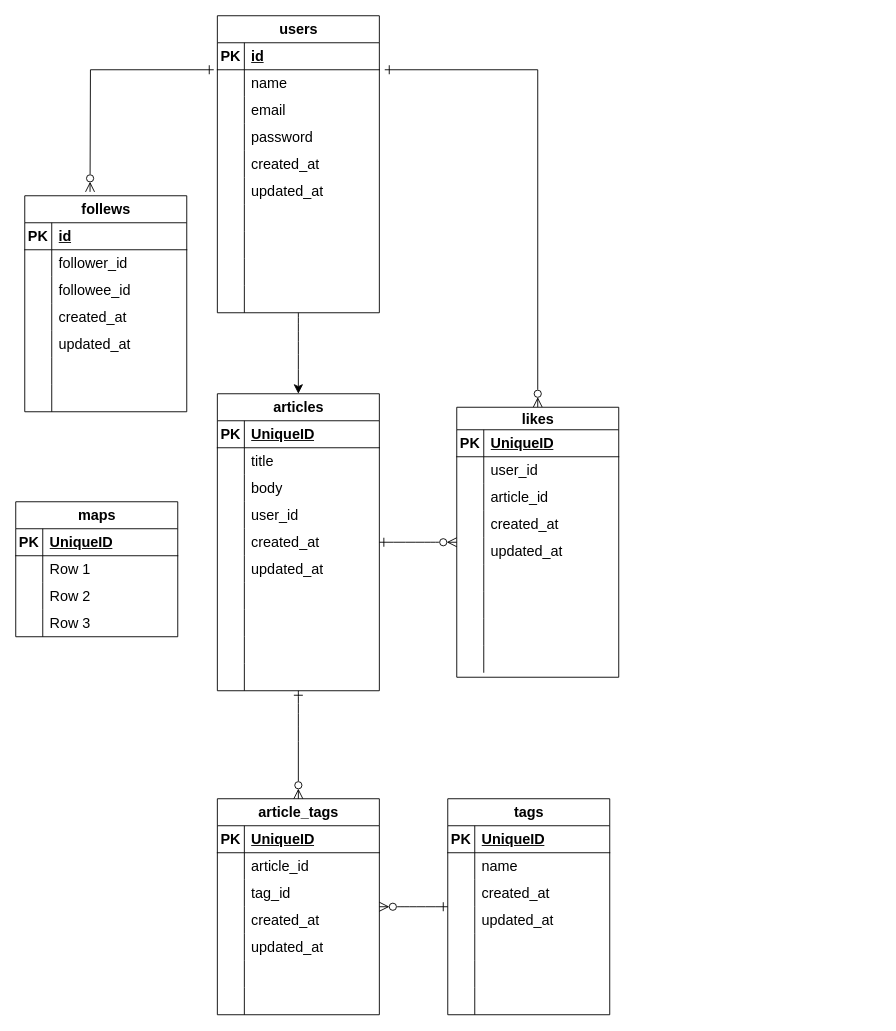
Before: 名称未設定ファイル.drawio in inuneko6417/ToMLIA_Test, a draw.io diagram. Source tidied: cells renumbered, new cells numbered last; positions are measured from the earlier drawing's top-left corner, leaving out a move shared by most shapes. Both pictures are drawn from the tidied source at 90%, with x=0, y=0 at pixel (15, 15).
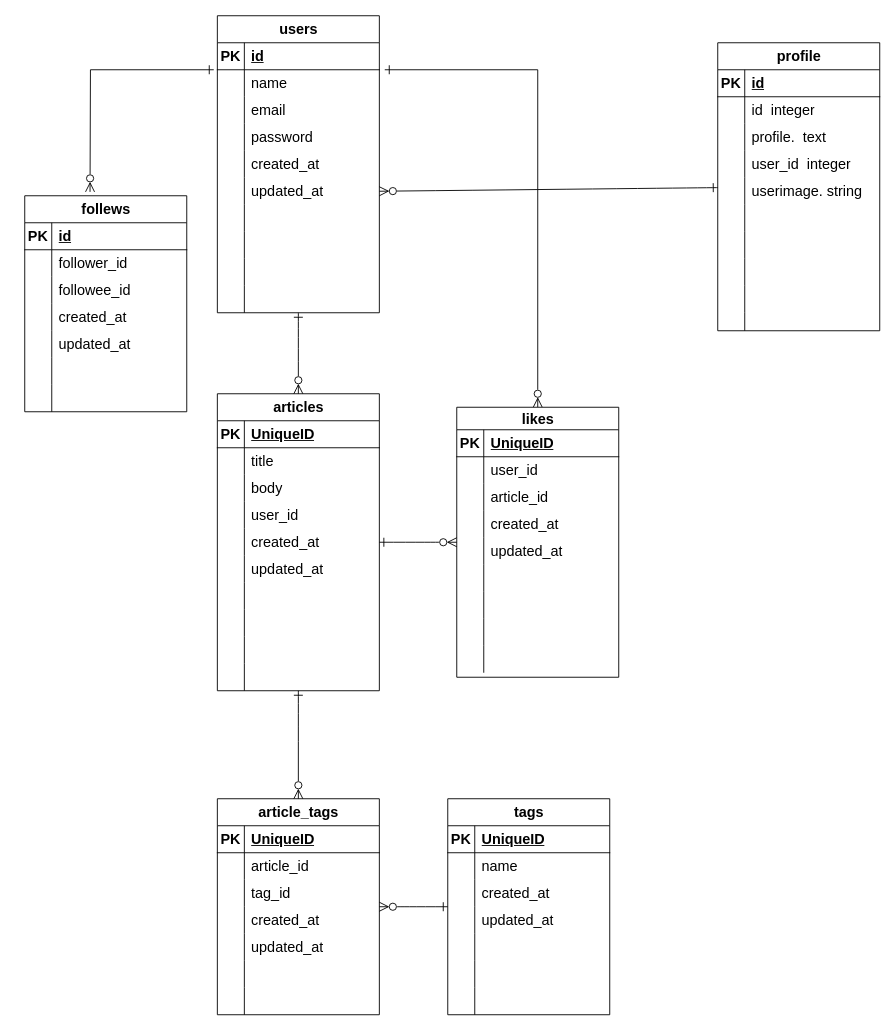
Above is the later version.

Commit message:
名称未設定ファイル.drawio を更新します

The change refers to these unchanged cells:
```xml
<mxCell id="93" value="articles" style="shape=table;startSize=30;childLayout=tableLayout;rowLines=0;fontStyle=1;align=center;html=1;fontSize=16;" parent="1" vertex="1">
  <mxGeometry x="224" y="420" width="180" height="330" as="geometry" />
</mxCell>
<mxCell id="148" value="users" style="shape=table;startSize=30;childLayout=tableLayout;rowLines=0;fontStyle=1;align=center;html=1;fontSize=16;" parent="1" vertex="1">
  <mxGeometry x="224" width="180" height="330" as="geometry" />
</mxCell>
<mxCell id="164" style="shape=tableRow;horizontal=0;startSize=0;swimlaneHead=0;swimlaneBody=0;fillColor=none;points=[[0,0.5],[1,0.5]];portConstraint=eastwest;top=0;left=0;right=0;bottom=0;fontSize=16;" parent="148" vertex="1">
  <mxGeometry y="180" width="180" height="30" as="geometry" />
</mxCell>
```

The edit, as a diff of the source:
```diff
@@
-    <mxCell id="2" value="maps" style="shape=table;startSize=30;childLayout=tableLayout;rowLines=0;fontStyle=1;align=center;html=1;fontSize=16;" parent="1" vertex="1">
-      <mxGeometry y="540" width="180" height="150" as="geometry" />
-    </mxCell>
-    <mxCell id="3" style="shape=tableRow;horizontal=0;startSize=0;swimlaneHead=0;swimlaneBody=0;fillColor=none;top=0;left=0;right=0;bottom=1;fontSize=16;" parent="2" vertex="1">
-      <mxGeometry y="30" width="180" height="30" as="geometry" />
-    </mxCell>
-    <mxCell id="4" value="PK" style="shape=partialRectangle;fillColor=none;top=0;left=0;bottom=0;right=0;fontStyle=1;overflow=hidden;whiteSpace=wrap;html=1;fontSize=16;" parent="3" vertex="1">
-      <mxGeometry width="30" height="30" as="geometry" />
-    </mxCell>
-    <mxCell id="5" value="UniqueID" style="shape=partialRectangle;fillColor=none;top=0;left=0;bottom=0;right=0;align=left;spacingLeft=6;fontStyle=5;overflow=hidden;whiteSpace=wrap;html=1;fontSize=16;" parent="3" vertex="1">
-      <mxGeometry x="30" width="150" height="30" as="geometry" />
-    </mxCell>
-    <mxCell id="6" style="shape=tableRow;horizontal=0;startSize=0;swimlaneHead=0;swimlaneBody=0;fillColor=none;top=0;left=0;right=0;bottom=0;fontSize=16;" parent="2" vertex="1">
-      <mxGeometry y="60" width="180" height="30" as="geometry" />
-    </mxCell>
-    <mxCell id="7" style="shape=partialRectangle;fillColor=none;top=0;left=0;bottom=0;right=0;overflow=hidden;whiteSpace=wrap;html=1;fontSize=16;" parent="6" vertex="1">
-      <mxGeometry width="30" height="30" as="geometry" />
-    </mxCell>
-    <mxCell id="8" value="Row 1" style="shape=partialRectangle;fillColor=none;top=0;left=0;bottom=0;right=0;align=left;spacingLeft=6;overflow=hidden;whiteSpace=wrap;html=1;fontSize=16;" parent="6" vertex="1">
-      <mxGeometry x="30" width="150" height="30" as="geometry" />
-    </mxCell>
-    <mxCell id="9" style="shape=tableRow;horizontal=0;startSize=0;swimlaneHead=0;swimlaneBody=0;fillColor=none;top=0;left=0;right=0;bottom=0;fontSize=16;" parent="2" vertex="1">
-      <mxGeometry y="90" width="180" height="30" as="geometry" />
-    </mxCell>
-    <mxCell id="10" style="shape=partialRectangle;fillColor=none;top=0;left=0;bottom=0;right=0;overflow=hidden;whiteSpace=wrap;html=1;fontSize=16;" parent="9" vertex="1">
-      <mxGeometry width="30" height="30" as="geometry" />
-    </mxCell>
-    <mxCell id="11" value="Row 2" style="shape=partialRectangle;fillColor=none;top=0;left=0;bottom=0;right=0;align=left;spacingLeft=6;overflow=hidden;whiteSpace=wrap;html=1;fontSize=16;" parent="9" vertex="1">
-      <mxGeometry x="30" width="150" height="30" as="geometry" />
-    </mxCell>
-    <mxCell id="12" style="shape=tableRow;horizontal=0;startSize=0;swimlaneHead=0;swimlaneBody=0;fillColor=none;top=0;left=0;right=0;bottom=0;fontSize=16;" parent="2" vertex="1">
-      <mxGeometry y="120" width="180" height="30" as="geometry" />
-    </mxCell>
-    <mxCell id="13" style="shape=partialRectangle;fillColor=none;top=0;left=0;bottom=0;right=0;overflow=hidden;whiteSpace=wrap;html=1;fontSize=16;" parent="12" vertex="1">
-      <mxGeometry width="30" height="30" as="geometry" />
-    </mxCell>
-    <mxCell id="14" value="Row 3" style="shape=partialRectangle;fillColor=none;top=0;left=0;bottom=0;right=0;align=left;spacingLeft=6;overflow=hidden;whiteSpace=wrap;html=1;fontSize=16;" parent="12" vertex="1">
-      <mxGeometry x="30" width="150" height="30" as="geometry" />
-    </mxCell>
@@
-    <mxCell id="147" style="edgeStyle=none;curved=1;rounded=0;jettySize=auto;html=1;fontSize=12;startSize=8;endSize=8;" parent="1" edge="1" source="148" target="93">
+    <mxCell id="147" style="edgeStyle=none;curved=1;rounded=0;jettySize=auto;html=1;fontSize=12;startSize=8;endSize=8;endArrow=ERzeroToMany;endFill=0;startArrow=ERone;startFill=0;" parent="1" edge="1" source="148" target="93">
       <mxGeometry relative="1" as="geometry" />
     </mxCell>
@@
+    <mxCell id="179" style="edgeStyle=none;curved=1;rounded=0;jettySize=auto;html=1;entryX=1;entryY=0.5;entryDx=0;entryDy=0;fontSize=12;startSize=8;endSize=8;startArrow=ERone;startFill=0;endArrow=ERzeroToMany;endFill=0;" parent="1" edge="1" source="180" target="164">
+      <mxGeometry relative="1" as="geometry" />
+    </mxCell>
+    <mxCell id="180" value="profile" style="shape=table;startSize=30;childLayout=tableLayout;rowLines=0;fontStyle=1;align=center;html=1;fontSize=16;" parent="1" vertex="1">
+      <mxGeometry x="780" y="30" width="180" height="320" as="geometry" />
+    </mxCell>
+    <mxCell id="3" style="shape=tableRow;horizontal=0;startSize=0;swimlaneHead=0;swimlaneBody=0;fillColor=none;top=0;left=0;right=0;bottom=1;fontSize=16;" parent="180" vertex="1">
+      <mxGeometry y="30" width="180" height="30" as="geometry" />
+    </mxCell>
+    <mxCell id="4" value="PK" style="shape=partialRectangle;fillColor=none;top=0;left=0;bottom=0;right=0;fontStyle=1;overflow=hidden;whiteSpace=wrap;html=1;fontSize=16;" parent="3" vertex="1">
+      <mxGeometry width="30" height="30" as="geometry" />
+    </mxCell>
+    <mxCell id="181" value="id" style="shape=partialRectangle;fillColor=none;top=0;left=0;bottom=0;right=0;align=left;spacingLeft=6;fontStyle=5;overflow=hidden;whiteSpace=wrap;html=1;fontSize=16;" parent="3" vertex="1">
+      <mxGeometry x="30" width="150" height="30" as="geometry" />
+    </mxCell>
+    <mxCell id="6" style="shape=tableRow;horizontal=0;startSize=0;swimlaneHead=0;swimlaneBody=0;fillColor=none;top=0;left=0;right=0;bottom=0;fontSize=16;" parent="180" vertex="1">
+      <mxGeometry y="60" width="180" height="30" as="geometry" />
+    </mxCell>
+    <mxCell id="182" style="shape=partialRectangle;fillColor=none;top=0;left=0;bottom=0;right=0;overflow=hidden;whiteSpace=wrap;html=1;fontSize=16;" parent="6" vertex="1">
+      <mxGeometry width="30" height="30" as="geometry" />
+    </mxCell>
+    <mxCell id="183" value="id&amp;nbsp; integer" style="shape=partialRectangle;fillColor=none;top=0;left=0;bottom=0;right=0;align=left;spacingLeft=6;overflow=hidden;whiteSpace=wrap;html=1;fontSize=16;" parent="6" vertex="1">
+      <mxGeometry x="30" width="150" height="30" as="geometry" />
+    </mxCell>
+    <mxCell id="9" style="shape=tableRow;horizontal=0;startSize=0;swimlaneHead=0;swimlaneBody=0;fillColor=none;top=0;left=0;right=0;bottom=0;fontSize=16;" parent="180" vertex="1">
+      <mxGeometry y="90" width="180" height="30" as="geometry" />
+    </mxCell>
+    <mxCell id="184" style="shape=partialRectangle;fillColor=none;top=0;left=0;bottom=0;right=0;overflow=hidden;whiteSpace=wrap;html=1;fontSize=16;" parent="9" vertex="1">
+      <mxGeometry width="30" height="30" as="geometry" />
+    </mxCell>
+    <mxCell id="185" value="profile.&amp;nbsp; text" style="shape=partialRectangle;fillColor=none;top=0;left=0;bottom=0;right=0;align=left;spacingLeft=6;overflow=hidden;whiteSpace=wrap;html=1;fontSize=16;" parent="9" vertex="1">
+      <mxGeometry x="30" width="150" height="30" as="geometry" />
+    </mxCell>
+    <mxCell id="12" style="shape=tableRow;horizontal=0;startSize=0;swimlaneHead=0;swimlaneBody=0;fillColor=none;top=0;left=0;right=0;bottom=0;fontSize=16;" parent="180" vertex="1">
+      <mxGeometry y="120" width="180" height="30" as="geometry" />
+    </mxCell>
+    <mxCell id="186" style="shape=partialRectangle;fillColor=none;top=0;left=0;bottom=0;right=0;overflow=hidden;whiteSpace=wrap;html=1;fontSize=16;" parent="12" vertex="1">
+      <mxGeometry width="30" height="30" as="geometry" />
+    </mxCell>
+    <mxCell id="187" value="user_id&amp;nbsp; integer" style="shape=partialRectangle;fillColor=none;top=0;left=0;bottom=0;right=0;align=left;spacingLeft=6;overflow=hidden;whiteSpace=wrap;html=1;fontSize=16;" parent="12" vertex="1">
+      <mxGeometry x="30" width="150" height="30" as="geometry" />
+    </mxCell>
+    <mxCell id="188" style="shape=tableRow;horizontal=0;startSize=0;swimlaneHead=0;swimlaneBody=0;fillColor=none;top=0;left=0;right=0;bottom=0;fontSize=16;" parent="180" vertex="1">
+      <mxGeometry y="150" width="180" height="30" as="geometry" />
+    </mxCell>
+    <mxCell id="189" style="shape=partialRectangle;fillColor=none;top=0;left=0;bottom=0;right=0;overflow=hidden;whiteSpace=wrap;html=1;fontSize=16;" parent="188" vertex="1">
+      <mxGeometry width="30" height="30" as="geometry" />
+    </mxCell>
+    <mxCell id="190" value="userimage. string" style="shape=partialRectangle;fillColor=none;top=0;left=0;bottom=0;right=0;align=left;spacingLeft=6;overflow=hidden;whiteSpace=wrap;html=1;fontSize=16;" parent="188" vertex="1">
+      <mxGeometry x="30" width="150" height="30" as="geometry" />
+    </mxCell>
+    <mxCell id="191" style="shape=tableRow;horizontal=0;startSize=0;swimlaneHead=0;swimlaneBody=0;fillColor=none;top=0;left=0;right=0;bottom=0;fontSize=16;" parent="180" vertex="1">
+      <mxGeometry y="180" width="180" height="30" as="geometry" />
+    </mxCell>
+    <mxCell id="192" style="shape=partialRectangle;fillColor=none;top=0;left=0;bottom=0;right=0;overflow=hidden;whiteSpace=wrap;html=1;fontSize=16;" parent="191" vertex="1">
+      <mxGeometry width="30" height="30" as="geometry" />
+    </mxCell>
+    <mxCell id="193" style="shape=partialRectangle;fillColor=none;top=0;left=0;bottom=0;right=0;align=left;spacingLeft=6;overflow=hidden;whiteSpace=wrap;html=1;fontSize=16;" parent="191" vertex="1">
+      <mxGeometry x="30" width="150" height="30" as="geometry" />
+    </mxCell>
+    <mxCell id="194" style="shape=tableRow;horizontal=0;startSize=0;swimlaneHead=0;swimlaneBody=0;fillColor=none;top=0;left=0;right=0;bottom=0;fontSize=16;" parent="180" vertex="1">
+      <mxGeometry y="210" width="180" height="30" as="geometry" />
+    </mxCell>
+    <mxCell id="195" style="shape=partialRectangle;fillColor=none;top=0;left=0;bottom=0;right=0;overflow=hidden;whiteSpace=wrap;html=1;fontSize=16;" parent="194" vertex="1">
+      <mxGeometry width="30" height="30" as="geometry" />
+    </mxCell>
+    <mxCell id="196" style="shape=partialRectangle;fillColor=none;top=0;left=0;bottom=0;right=0;align=left;spacingLeft=6;overflow=hidden;whiteSpace=wrap;html=1;fontSize=16;" parent="194" vertex="1">
+      <mxGeometry x="30" width="150" height="30" as="geometry" />
+    </mxCell>
+    <mxCell id="197" style="shape=tableRow;horizontal=0;startSize=0;swimlaneHead=0;swimlaneBody=0;fillColor=none;top=0;left=0;right=0;bottom=0;fontSize=16;" parent="180" vertex="1">
+      <mxGeometry y="240" width="180" height="30" as="geometry" />
+    </mxCell>
+    <mxCell id="198" style="shape=partialRectangle;fillColor=none;top=0;left=0;bottom=0;right=0;overflow=hidden;whiteSpace=wrap;html=1;fontSize=16;" parent="197" vertex="1">
+      <mxGeometry width="30" height="30" as="geometry" />
+    </mxCell>
+    <mxCell id="199" style="shape=partialRectangle;fillColor=none;top=0;left=0;bottom=0;right=0;align=left;spacingLeft=6;overflow=hidden;whiteSpace=wrap;html=1;fontSize=16;" parent="197" vertex="1">
+      <mxGeometry x="30" width="150" height="30" as="geometry" />
+    </mxCell>
+    <mxCell id="200" style="shape=tableRow;horizontal=0;startSize=0;swimlaneHead=0;swimlaneBody=0;fillColor=none;top=0;left=0;right=0;bottom=0;fontSize=16;" parent="180" vertex="1">
+      <mxGeometry y="270" width="180" height="30" as="geometry" />
+    </mxCell>
+    <mxCell id="201" style="shape=partialRectangle;fillColor=none;top=0;left=0;bottom=0;right=0;overflow=hidden;whiteSpace=wrap;html=1;fontSize=16;" parent="200" vertex="1">
+      <mxGeometry width="30" height="30" as="geometry" />
+    </mxCell>
+    <mxCell id="202" style="shape=partialRectangle;fillColor=none;top=0;left=0;bottom=0;right=0;align=left;spacingLeft=6;overflow=hidden;whiteSpace=wrap;html=1;fontSize=16;" parent="200" vertex="1">
+      <mxGeometry x="30" width="150" height="30" as="geometry" />
+    </mxCell>
+    <mxCell id="203" style="shape=tableRow;horizontal=0;startSize=0;swimlaneHead=0;swimlaneBody=0;fillColor=none;top=0;left=0;right=0;bottom=0;fontSize=16;" parent="180" vertex="1">
+      <mxGeometry y="300" width="180" height="20" as="geometry" />
+    </mxCell>
+    <mxCell id="204" style="shape=partialRectangle;fillColor=none;top=0;left=0;bottom=0;right=0;overflow=hidden;whiteSpace=wrap;html=1;fontSize=16;" parent="203" vertex="1">
+      <mxGeometry width="30" height="20" as="geometry" />
+    </mxCell>
+    <mxCell id="205" style="shape=partialRectangle;fillColor=none;top=0;left=0;bottom=0;right=0;align=left;spacingLeft=6;overflow=hidden;whiteSpace=wrap;html=1;fontSize=16;" parent="203" vertex="1">
+      <mxGeometry x="30" width="150" height="20" as="geometry" />
+    </mxCell>
```
